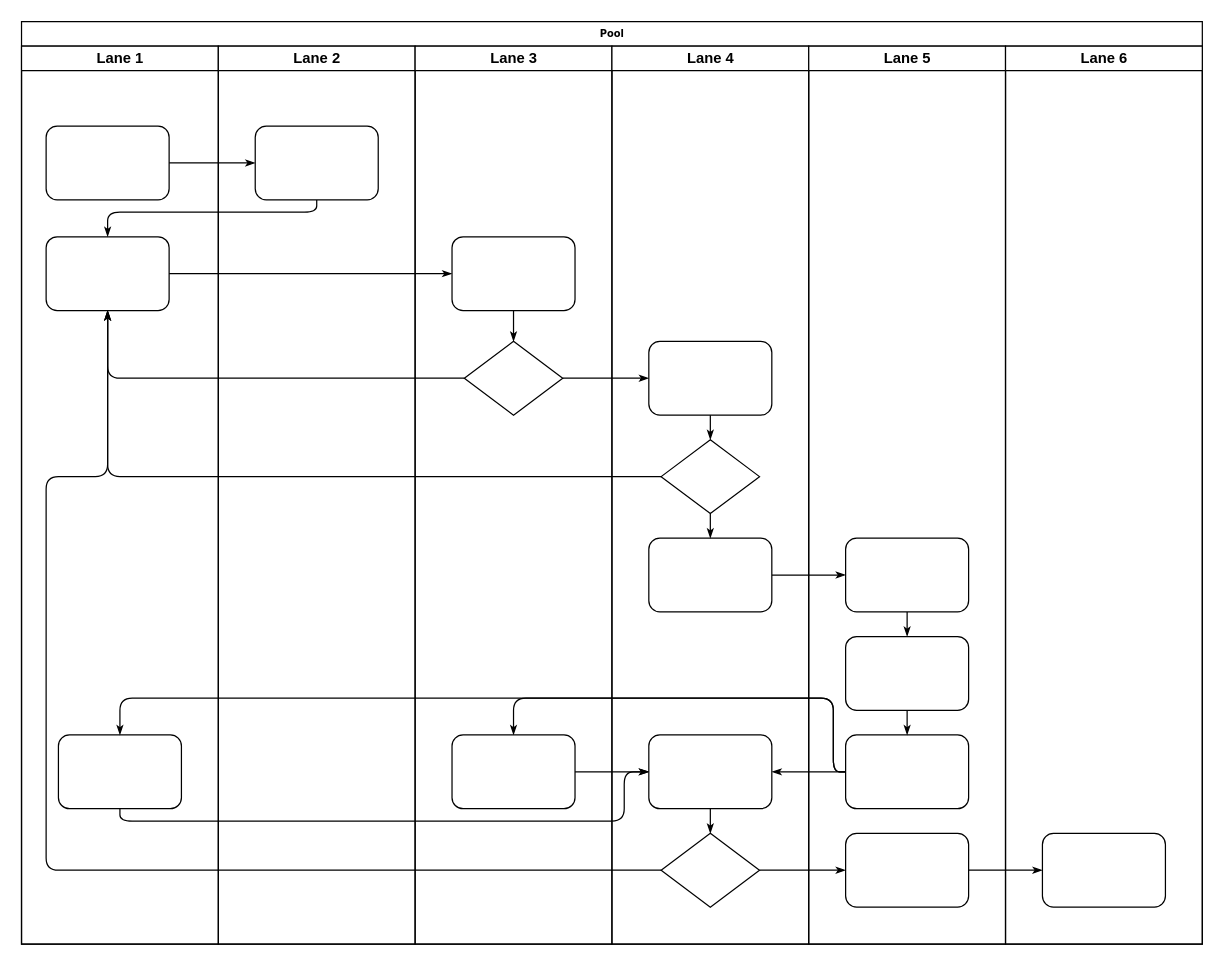
Earlier version of the draw.io diagram 未命名绘图.drawio (1096372647/my-project). Source tidied: cells renumbered, new cells numbered last; positions are measured from the earlier drawing's top-left corner, leaving out a move shared by most shapes. Both pictures are drawn from the tidied source at 123%, with x=0, y=0 at pixel (21, 21).
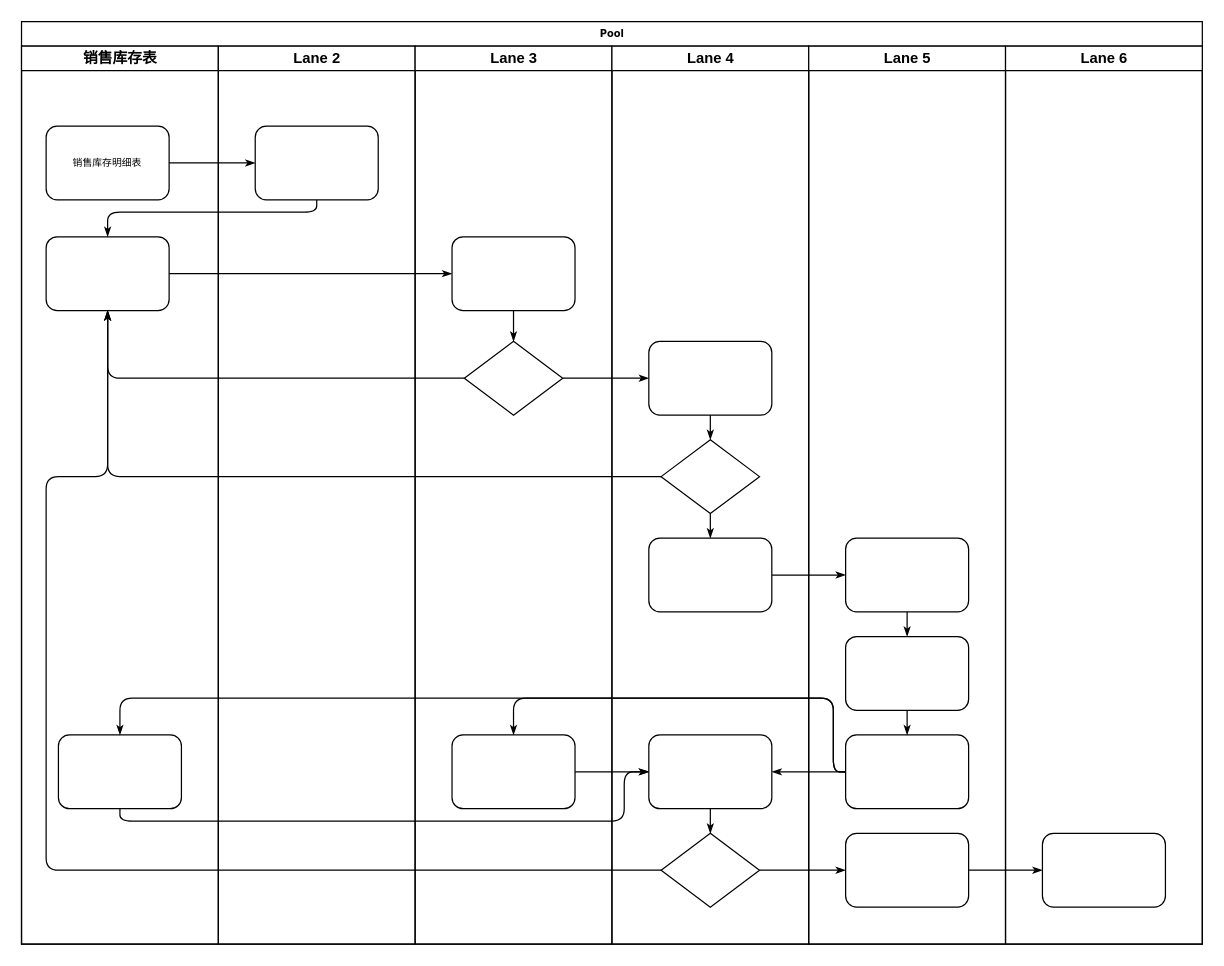
The same diagram, later.

Commit message:
商品中心数据源梳理.drawio

Unchanged cells that the change refers to:
```xml
<mxCell id="2" value="Pool" style="swimlane;html=1;startSize=20;rounded=0;shadow=0;labelBackgroundColor=none;strokeWidth=1;fontFamily=Verdana;fontSize=8;align=center;" parent="1" vertex="1">
  <mxGeometry width="960" height="750" as="geometry" />
</mxCell>
```

Diff of the diagram source:
```diff
@@
-    <mxCell id="3" value="Lane 1" style="swimlane;html=1;startSize=20;" parent="2" vertex="1">
+    <mxCell id="3" value="销售库存表" style="swimlane;html=1;startSize=20;" parent="2" vertex="1">
       <mxGeometry y="20" width="160" height="730" as="geometry" />
     </mxCell>
-    <mxCell id="4" style="rounded=1;whiteSpace=wrap;html=1;shadow=0;labelBackgroundColor=none;strokeWidth=1;fontFamily=Verdana;fontSize=8;align=center;" parent="3" vertex="1">
+    <mxCell id="4" value="销售库存明细表" style="rounded=1;whiteSpace=wrap;html=1;shadow=0;labelBackgroundColor=none;strokeWidth=1;fontFamily=Verdana;fontSize=8;align=center;" parent="3" vertex="1">
       <mxGeometry x="20" y="65" width="100" height="60" as="geometry" />
     </mxCell>
```
